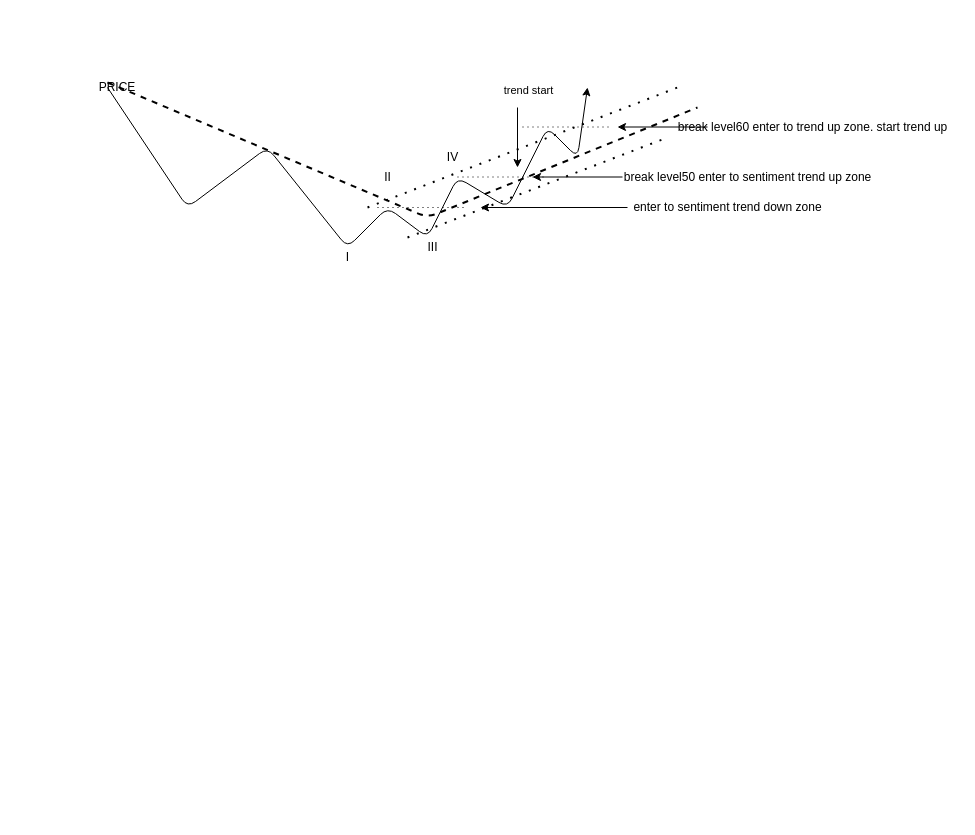
Before: draws/15 -- signals in trends.drawio in uzziahmogg/LithiumIndicator, a draw.io diagram. Source tidied: cells renumbered, new cells numbered last; positions are measured from the earlier drawing's top-left corner, leaving out a move shared by most shapes. Both pictures are drawn from the tidied source at 100%, with x=0, y=0 at pixel (107, 77).
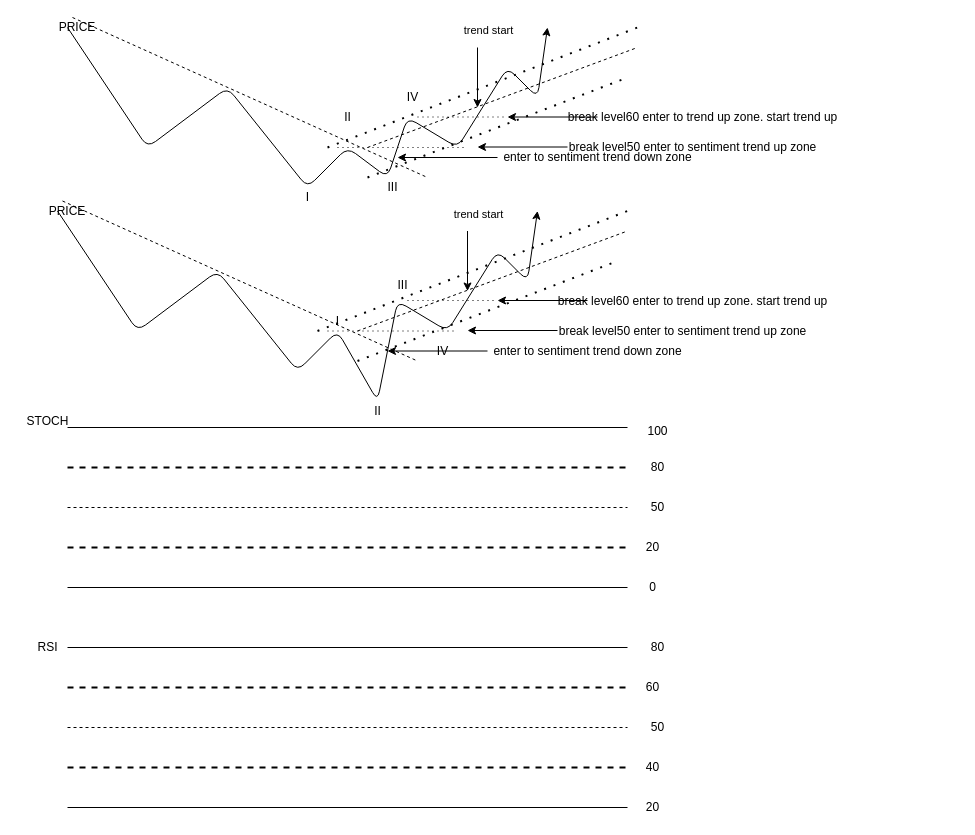
After the change.

What changed in the source:
```diff
@@
+    <mxCell id="22" style="group;" parent="1" vertex="1">
+      <mxGeometry x="-40" y="-60" width="780" height="190" as="geometry" />
+    </mxCell>
-    <mxCell id="2" style="endArrow=classic;html=1;" parent="1" edge="1">
+    <mxCell id="2" style="endArrow=classic;html=1;" parent="22" edge="1">
       <mxGeometry relative="1" as="geometry">
         <mxPoint y="10" as="sourcePoint" />
         <mxPoint x="480" y="10" as="targetPoint" />
         <Array as="points">
           <mxPoint x="80" y="130" />
           <mxPoint x="160" y="70" />
           <mxPoint x="240" y="170" />
           <mxPoint x="280" y="130" />
           <mxPoint x="320" y="160" />
-          <mxPoint x="350" y="100" />
-          <mxPoint x="400" y="130" />
+          <mxPoint x="340" y="100" />
+          <mxPoint x="390" y="130" />
           <mxPoint x="440" y="50" />
           <mxPoint x="470" y="80" />
         </Array>
       </mxGeometry>
     </mxCell>
-    <mxCell id="3" value="PRICE" style="text;html=1;strokeColor=none;fillColor=none;align=center;verticalAlign=middle;whiteSpace=wrap;rounded=0;" parent="1" vertex="1">
+    <mxCell id="3" value="PRICE" style="text;html=1;strokeColor=none;fillColor=none;align=center;verticalAlign=middle;whiteSpace=wrap;rounded=0;" parent="22" vertex="1">
       <mxGeometry width="20" height="20" as="geometry" />
     </mxCell>
-    <mxCell id="4" style="endArrow=none;dashed=1;html=1;strokeWidth=2;exitX=0;exitY=0.25;exitDx=0;exitDy=0;" parent="1" edge="1" source="3">
-      <mxGeometry relative="1" as="geometry">
-        <mxPoint x="590" y="30" as="targetPoint" />
-        <Array as="points">
-          <mxPoint x="320" y="140" />
-        </Array>
-      </mxGeometry>
-    </mxCell>
-    <mxCell id="5" style="endArrow=none;dashed=1;html=1;strokeWidth=2;dashPattern=1 4;" parent="1" edge="1">
+    <mxCell id="5" style="endArrow=none;dashed=1;html=1;strokeWidth=2;dashPattern=1 4;" parent="22" edge="1">
       <mxGeometry relative="1" as="geometry">
         <mxPoint x="300" y="160" as="sourcePoint" />
         <mxPoint x="560" y="60" as="targetPoint" />
       </mxGeometry>
     </mxCell>
-    <mxCell id="6" style="endArrow=none;dashed=1;html=1;dashPattern=1 4;strokeWidth=2;" parent="1" edge="1">
+    <mxCell id="6" style="endArrow=none;dashed=1;html=1;dashPattern=1 4;strokeWidth=2;" parent="22" edge="1">
       <mxGeometry relative="1" as="geometry">
         <mxPoint x="260" y="130" as="sourcePoint" />
         <mxPoint x="570" y="10" as="targetPoint" />
       </mxGeometry>
     </mxCell>
-    <mxCell id="7" value="I" style="text;html=1;align=center;verticalAlign=middle;strokeColor=none;" parent="1" vertex="1">
+    <mxCell id="7" value="I" style="text;html=1;align=center;verticalAlign=middle;strokeColor=none;" parent="22" vertex="1">
       <mxGeometry x="230" y="170" width="20" height="20" as="geometry" />
     </mxCell>
-    <mxCell id="8" value="II" style="text;html=1;align=center;verticalAlign=middle;strokeColor=none;" parent="1" vertex="1">
+    <mxCell id="8" value="II" style="text;html=1;align=center;verticalAlign=middle;strokeColor=none;" parent="22" vertex="1">
       <mxGeometry x="270" y="90" width="20" height="20" as="geometry" />
     </mxCell>
-    <mxCell id="9" value="III" style="text;html=1;align=center;verticalAlign=middle;strokeColor=none;" parent="1" vertex="1">
+    <mxCell id="9" value="III" style="text;html=1;align=center;verticalAlign=middle;strokeColor=none;" parent="22" vertex="1">
       <mxGeometry x="310" y="160" width="30" height="20" as="geometry" />
     </mxCell>
-    <mxCell id="10" value="IV" style="text;html=1;align=center;verticalAlign=middle;strokeColor=none;" parent="1" vertex="1">
+    <mxCell id="10" value="IV" style="text;html=1;align=center;verticalAlign=middle;strokeColor=none;" parent="22" vertex="1">
       <mxGeometry x="330" y="70" width="30" height="20" as="geometry" />
     </mxCell>
-    <mxCell id="11" style="endArrow=classic;html=1;fillColor=#ffffff;labelPosition=center;verticalLabelPosition=bottom;align=center;verticalAlign=top;" parent="1" edge="1">
+    <mxCell id="11" style="endArrow=classic;html=1;fillColor=#ffffff;labelPosition=center;verticalLabelPosition=bottom;align=center;verticalAlign=top;" parent="22" edge="1">
       <mxGeometry relative="1" as="geometry">
         <mxPoint x="410" y="30" as="sourcePoint" />
         <mxPoint x="410" y="90" as="targetPoint" />
       </mxGeometry>
     </mxCell>
-    <mxCell id="12" style="endArrow=classic;html=1;fillColor=#ffffff;labelPosition=center;verticalLabelPosition=bottom;align=center;verticalAlign=top;" parent="1" edge="1">
-      <mxGeometry relative="1" as="geometry">
-        <mxPoint x="520" y="130" as="sourcePoint" />
-        <mxPoint x="373" y="130" as="targetPoint" />
-      </mxGeometry>
-    </mxCell>
-    <mxCell id="13" value="break level50 enter to sentiment trend up zone" style="text;html=1;align=center;verticalAlign=middle;strokeColor=none;" parent="1" vertex="1">
-      <mxGeometry x="510" y="90" width="260" height="20" as="geometry" />
-    </mxCell>
-    <mxCell id="14" value="enter to sentiment trend down zone" style="text;html=1;align=center;verticalAlign=middle;strokeColor=none;" parent="1" vertex="1">
-      <mxGeometry x="520" y="120" width="200" height="20" as="geometry" />
-    </mxCell>
-    <mxCell id="15" style="endArrow=classic;html=1;fillColor=#ffffff;labelPosition=center;verticalLabelPosition=bottom;align=center;verticalAlign=top;" parent="1" edge="1">
-      <mxGeometry relative="1" as="geometry">
-        <mxPoint x="515" y="99.5" as="sourcePoint" />
-        <mxPoint x="425" y="99.5" as="targetPoint" />
-      </mxGeometry>
-    </mxCell>
-    <mxCell id="16" value="break level60 enter to trend up zone. start trend up" style="text;html=1;align=center;verticalAlign=middle;strokeColor=none;" parent="1" vertex="1">
-      <mxGeometry x="560" y="40" width="290" height="20" as="geometry" />
-    </mxCell>
-    <mxCell id="17" style="endArrow=none;dashed=1;html=1;dashPattern=1 4;fillColor=#ffffff;" parent="1" edge="1">
+    <mxCell id="17" style="endArrow=none;dashed=1;html=1;dashPattern=1 4;fillColor=#ffffff;" parent="22" edge="1">
       <mxGeometry relative="1" as="geometry">
         <mxPoint x="270" y="130" as="sourcePoint" />
-        <mxPoint x="360" y="130" as="targetPoint" />
+        <mxPoint x="400" y="130" as="targetPoint" />
       </mxGeometry>
     </mxCell>
-    <mxCell id="18" style="endArrow=none;dashed=1;html=1;dashPattern=1 4;fillColor=#ffffff;" parent="1" edge="1">
+    <mxCell id="18" style="endArrow=none;dashed=1;html=1;dashPattern=1 4;fillColor=#ffffff;" parent="22" edge="1">
       <mxGeometry relative="1" as="geometry">
         <mxPoint x="350" y="99.5" as="sourcePoint" />
         <mxPoint x="440" y="99.5" as="targetPoint" />
       </mxGeometry>
     </mxCell>
-    <mxCell id="19" style="endArrow=none;dashed=1;html=1;dashPattern=1 4;fillColor=#ffffff;" parent="1" edge="1">
-      <mxGeometry relative="1" as="geometry">
-        <mxPoint x="415" y="49.5" as="sourcePoint" />
-        <mxPoint x="505" y="49.5" as="targetPoint" />
-      </mxGeometry>
-    </mxCell>
+    <mxCell id="21" value="trend start" style="edgeLabel;html=1;align=center;verticalAlign=top;labelPosition=center;verticalLabelPosition=bottom;" parent="22" vertex="1">
+      <mxGeometry x="420" as="geometry" />
+    </mxCell>
+    <mxCell id="23" style="endArrow=none;dashed=1;html=1;exitX=0.25;exitY=0;exitDx=0;exitDy=0;" parent="22" edge="1" source="3">
+      <mxGeometry relative="1" as="geometry">
+        <mxPoint x="360" y="160" as="targetPoint" />
+      </mxGeometry>
+    </mxCell>
+    <mxCell id="24" style="group;" parent="22" vertex="1">
+      <mxGeometry x="330" y="130" width="300" height="20" as="geometry" />
+    </mxCell>
+    <mxCell id="12" style="endArrow=classic;html=1;fillColor=#ffffff;labelPosition=center;verticalLabelPosition=bottom;align=center;verticalAlign=top;" parent="24" edge="1">
+      <mxGeometry relative="1" as="geometry">
+        <mxPoint x="100" y="10" as="sourcePoint" />
+        <mxPoint y="10" as="targetPoint" />
+      </mxGeometry>
+    </mxCell>
+    <mxCell id="14" value="enter to sentiment trend down zone" style="text;html=1;align=center;verticalAlign=middle;strokeColor=none;" parent="24" vertex="1">
+      <mxGeometry x="100" width="200" height="20" as="geometry" />
+    </mxCell>
+    <mxCell id="25" style="group;" parent="22" vertex="1">
+      <mxGeometry x="410" y="120" width="345" height="20" as="geometry" />
+    </mxCell>
+    <mxCell id="13" value="break level50 enter to sentiment trend up zone" style="text;html=1;align=center;verticalAlign=middle;strokeColor=none;" parent="25" vertex="1">
+      <mxGeometry x="85" width="260" height="20" as="geometry" />
+    </mxCell>
+    <mxCell id="15" style="endArrow=classic;html=1;fillColor=#ffffff;labelPosition=center;verticalLabelPosition=bottom;align=center;verticalAlign=top;" parent="25" edge="1">
+      <mxGeometry relative="1" as="geometry">
+        <mxPoint x="90" y="9.5" as="sourcePoint" />
+        <mxPoint y="9.5" as="targetPoint" />
+      </mxGeometry>
+    </mxCell>
+    <mxCell id="26" style="group;" parent="22" vertex="1">
+      <mxGeometry x="440" y="90" width="340" height="20" as="geometry" />
+    </mxCell>
+    <mxCell id="16" value="break level60 enter to trend up zone. start trend up" style="text;html=1;align=center;verticalAlign=middle;strokeColor=none;" parent="26" vertex="1">
+      <mxGeometry x="50" width="290" height="20" as="geometry" />
+    </mxCell>
-    <mxCell id="20" style="endArrow=classic;html=1;fillColor=#ffffff;labelPosition=center;verticalLabelPosition=bottom;align=center;verticalAlign=top;" parent="1" edge="1">
+    <mxCell id="20" style="endArrow=classic;html=1;fillColor=#ffffff;labelPosition=center;verticalLabelPosition=bottom;align=center;verticalAlign=top;" parent="26" edge="1">
       <mxGeometry relative="1" as="geometry">
-        <mxPoint x="600" y="49.5" as="sourcePoint" />
-        <mxPoint x="510" y="49.5" as="targetPoint" />
+        <mxPoint x="90" y="9.5" as="sourcePoint" />
+        <mxPoint y="9.5" as="targetPoint" />
       </mxGeometry>
     </mxCell>
-    <mxCell id="21" value="trend start" style="edgeLabel;html=1;align=center;verticalAlign=top;labelPosition=center;verticalLabelPosition=bottom;" parent="1" vertex="1">
-      <mxGeometry x="420" as="geometry" />
-    </mxCell>
+    <mxCell id="27" style="endArrow=none;dashed=1;html=1;" parent="22" edge="1">
+      <mxGeometry relative="1" as="geometry">
+        <mxPoint x="300" y="130" as="sourcePoint" />
+        <mxPoint x="570" y="30" as="targetPoint" />
+      </mxGeometry>
+    </mxCell>
+    <mxCell id="28" style="group;" parent="1" vertex="1">
+      <mxGeometry x="-50" y="123.5" width="780" height="220" as="geometry" />
+    </mxCell>
+    <mxCell id="29" style="endArrow=classic;html=1;" parent="28" edge="1">
+      <mxGeometry relative="1" as="geometry">
+        <mxPoint y="10" as="sourcePoint" />
+        <mxPoint x="480" y="10" as="targetPoint" />
+        <Array as="points">
+          <mxPoint x="80" y="130" />
+          <mxPoint x="160" y="70" />
+          <mxPoint x="240" y="170" />
+          <mxPoint x="280" y="130" />
+          <mxPoint x="320" y="200" />
+          <mxPoint x="340" y="100" />
+          <mxPoint x="390" y="130" />
+          <mxPoint x="440" y="50" />
+          <mxPoint x="470" y="80" />
+        </Array>
+      </mxGeometry>
+    </mxCell>
+    <mxCell id="30" value="PRICE" style="text;html=1;strokeColor=none;fillColor=none;align=center;verticalAlign=middle;whiteSpace=wrap;rounded=0;" parent="28" vertex="1">
+      <mxGeometry width="20" height="20" as="geometry" />
+    </mxCell>
+    <mxCell id="31" style="endArrow=none;dashed=1;html=1;strokeWidth=2;dashPattern=1 4;" parent="28" edge="1">
+      <mxGeometry relative="1" as="geometry">
+        <mxPoint x="300" y="160" as="sourcePoint" />
+        <mxPoint x="560" y="60" as="targetPoint" />
+      </mxGeometry>
+    </mxCell>
+    <mxCell id="32" style="endArrow=none;dashed=1;html=1;dashPattern=1 4;strokeWidth=2;" parent="28" edge="1">
+      <mxGeometry relative="1" as="geometry">
+        <mxPoint x="260" y="130" as="sourcePoint" />
+        <mxPoint x="570" y="10" as="targetPoint" />
+      </mxGeometry>
+    </mxCell>
+    <mxCell id="33" value="I" style="text;html=1;align=center;verticalAlign=middle;strokeColor=none;" parent="28" vertex="1">
+      <mxGeometry x="270" y="110" width="20" height="20" as="geometry" />
+    </mxCell>
+    <mxCell id="34" value="II" style="text;html=1;align=center;verticalAlign=middle;strokeColor=none;" parent="28" vertex="1">
+      <mxGeometry x="310" y="200" width="20" height="20" as="geometry" />
+    </mxCell>
+    <mxCell id="35" value="III" style="text;html=1;align=center;verticalAlign=middle;strokeColor=none;" parent="28" vertex="1">
+      <mxGeometry x="330" y="74" width="30" height="20" as="geometry" />
+    </mxCell>
+    <mxCell id="36" style="endArrow=classic;html=1;fillColor=#ffffff;labelPosition=center;verticalLabelPosition=bottom;align=center;verticalAlign=top;" parent="28" edge="1">
+      <mxGeometry relative="1" as="geometry">
+        <mxPoint x="410" y="30" as="sourcePoint" />
+        <mxPoint x="410" y="90" as="targetPoint" />
+      </mxGeometry>
+    </mxCell>
+    <mxCell id="37" style="endArrow=none;dashed=1;html=1;dashPattern=1 4;fillColor=#ffffff;" parent="28" edge="1">
+      <mxGeometry relative="1" as="geometry">
+        <mxPoint x="270" y="130" as="sourcePoint" />
+        <mxPoint x="400" y="130" as="targetPoint" />
+      </mxGeometry>
+    </mxCell>
+    <mxCell id="38" style="endArrow=none;dashed=1;html=1;dashPattern=1 4;fillColor=#ffffff;" parent="28" edge="1">
+      <mxGeometry relative="1" as="geometry">
+        <mxPoint x="350" y="99.5" as="sourcePoint" />
+        <mxPoint x="440" y="99.5" as="targetPoint" />
+      </mxGeometry>
+    </mxCell>
+    <mxCell id="39" value="trend start" style="edgeLabel;html=1;align=center;verticalAlign=top;labelPosition=center;verticalLabelPosition=bottom;" parent="28" vertex="1">
+      <mxGeometry x="420" as="geometry" />
+    </mxCell>
+    <mxCell id="40" style="endArrow=none;dashed=1;html=1;exitX=0.25;exitY=0;exitDx=0;exitDy=0;" parent="28" edge="1" source="30">
+      <mxGeometry relative="1" as="geometry">
+        <mxPoint x="360" y="160" as="targetPoint" />
+      </mxGeometry>
+    </mxCell>
+    <mxCell id="41" style="group;" parent="28" vertex="1">
+      <mxGeometry x="330" y="140" width="300" height="20" as="geometry" />
+    </mxCell>
+    <mxCell id="42" style="endArrow=classic;html=1;fillColor=#ffffff;labelPosition=center;verticalLabelPosition=bottom;align=center;verticalAlign=top;" parent="41" edge="1">
+      <mxGeometry relative="1" as="geometry">
+        <mxPoint x="100" y="10" as="sourcePoint" />
+        <mxPoint y="10" as="targetPoint" />
+      </mxGeometry>
+    </mxCell>
+    <mxCell id="43" value="enter to sentiment trend down zone" style="text;html=1;align=center;verticalAlign=middle;strokeColor=none;" parent="41" vertex="1">
+      <mxGeometry x="100" width="200" height="20" as="geometry" />
+    </mxCell>
+    <mxCell id="44" value="IV" style="text;html=1;align=center;verticalAlign=middle;strokeColor=none;" parent="41" vertex="1">
+      <mxGeometry x="40" width="30" height="20" as="geometry" />
+    </mxCell>
+    <mxCell id="45" style="group;" parent="28" vertex="1">
+      <mxGeometry x="410" y="120" width="345" height="20" as="geometry" />
+    </mxCell>
+    <mxCell id="46" value="break level50 enter to sentiment trend up zone" style="text;html=1;align=center;verticalAlign=middle;strokeColor=none;" parent="45" vertex="1">
+      <mxGeometry x="85" width="260" height="20" as="geometry" />
+    </mxCell>
+    <mxCell id="47" style="endArrow=classic;html=1;fillColor=#ffffff;labelPosition=center;verticalLabelPosition=bottom;align=center;verticalAlign=top;" parent="45" edge="1">
+      <mxGeometry relative="1" as="geometry">
+        <mxPoint x="90" y="9.5" as="sourcePoint" />
+        <mxPoint y="9.5" as="targetPoint" />
+      </mxGeometry>
+    </mxCell>
+    <mxCell id="48" style="group;" parent="28" vertex="1">
+      <mxGeometry x="440" y="90" width="340" height="20" as="geometry" />
+    </mxCell>
+    <mxCell id="49" value="break level60 enter to trend up zone. start trend up" style="text;html=1;align=center;verticalAlign=middle;strokeColor=none;" parent="48" vertex="1">
+      <mxGeometry x="50" width="290" height="20" as="geometry" />
+    </mxCell>
+    <mxCell id="50" style="endArrow=classic;html=1;fillColor=#ffffff;labelPosition=center;verticalLabelPosition=bottom;align=center;verticalAlign=top;" parent="48" edge="1">
+      <mxGeometry relative="1" as="geometry">
+        <mxPoint x="90" y="9.5" as="sourcePoint" />
+        <mxPoint y="9.5" as="targetPoint" />
+      </mxGeometry>
+    </mxCell>
+    <mxCell id="51" style="endArrow=none;dashed=1;html=1;" parent="28" edge="1">
+      <mxGeometry relative="1" as="geometry">
+        <mxPoint x="300" y="130" as="sourcePoint" />
+        <mxPoint x="570" y="30" as="targetPoint" />
+      </mxGeometry>
+    </mxCell>
+    <mxCell id="52" style="group;" parent="1" vertex="1">
+      <mxGeometry x="-40" y="350" width="560" height="160" as="geometry" />
+    </mxCell>
+    <mxCell id="53" style="endArrow=none;html=1;" parent="52" edge="1">
+      <mxGeometry relative="1" as="geometry">
+        <mxPoint as="sourcePoint" />
+        <mxPoint x="560" as="targetPoint" />
+      </mxGeometry>
+    </mxCell>
+    <mxCell id="54" style="endArrow=none;dashed=1;html=1;strokeWidth=2;" parent="52" edge="1">
+      <mxGeometry relative="1" as="geometry">
+        <mxPoint y="40" as="sourcePoint" />
+        <mxPoint x="560" y="40" as="targetPoint" />
+      </mxGeometry>
+    </mxCell>
+    <mxCell id="55" style="endArrow=none;dashed=1;html=1;" parent="52" edge="1">
+      <mxGeometry relative="1" as="geometry">
+        <mxPoint y="80" as="sourcePoint" />
+        <mxPoint x="560" y="80" as="targetPoint" />
+      </mxGeometry>
+    </mxCell>
+    <mxCell id="56" style="endArrow=none;dashed=1;html=1;strokeWidth=2;" parent="52" edge="1">
+      <mxGeometry relative="1" as="geometry">
+        <mxPoint y="120" as="sourcePoint" />
+        <mxPoint x="560" y="120" as="targetPoint" />
+      </mxGeometry>
+    </mxCell>
+    <mxCell id="57" style="endArrow=none;html=1;" parent="52" edge="1">
+      <mxGeometry relative="1" as="geometry">
+        <mxPoint y="160" as="sourcePoint" />
+        <mxPoint x="560" y="160" as="targetPoint" />
+      </mxGeometry>
+    </mxCell>
+    <mxCell id="58" style="group;" parent="1" vertex="1">
+      <mxGeometry x="-40" y="570" width="560" height="160" as="geometry" />
+    </mxCell>
+    <mxCell id="59" style="endArrow=none;html=1;" parent="58" edge="1">
+      <mxGeometry relative="1" as="geometry">
+        <mxPoint as="sourcePoint" />
+        <mxPoint x="560" as="targetPoint" />
+      </mxGeometry>
+    </mxCell>
+    <mxCell id="60" style="endArrow=none;dashed=1;html=1;strokeWidth=2;" parent="58" edge="1">
+      <mxGeometry relative="1" as="geometry">
+        <mxPoint y="40" as="sourcePoint" />
+        <mxPoint x="560" y="40" as="targetPoint" />
+      </mxGeometry>
+    </mxCell>
+    <mxCell id="61" style="endArrow=none;dashed=1;html=1;" parent="58" edge="1">
+      <mxGeometry relative="1" as="geometry">
+        <mxPoint y="80" as="sourcePoint" />
+        <mxPoint x="560" y="80" as="targetPoint" />
+      </mxGeometry>
+    </mxCell>
+    <mxCell id="62" style="endArrow=none;dashed=1;html=1;strokeWidth=2;" parent="58" edge="1">
+      <mxGeometry relative="1" as="geometry">
+        <mxPoint y="120" as="sourcePoint" />
+        <mxPoint x="560" y="120" as="targetPoint" />
+      </mxGeometry>
+    </mxCell>
+    <mxCell id="63" style="endArrow=none;html=1;" parent="58" edge="1">
+      <mxGeometry relative="1" as="geometry">
+        <mxPoint y="160" as="sourcePoint" />
+        <mxPoint x="560" y="160" as="targetPoint" />
+      </mxGeometry>
+    </mxCell>
+    <mxCell id="64" value="100" style="text;html=1;align=center;verticalAlign=middle;strokeColor=none;" parent="1" vertex="1">
+      <mxGeometry x="530" y="344" width="40" height="20" as="geometry" />
+    </mxCell>
+    <mxCell id="65" value="80" style="text;html=1;align=center;verticalAlign=middle;strokeColor=none;" parent="1" vertex="1">
+      <mxGeometry x="535" y="380" width="30" height="20" as="geometry" />
+    </mxCell>
+    <mxCell id="66" value="50" style="text;html=1;align=center;verticalAlign=middle;strokeColor=none;" parent="1" vertex="1">
+      <mxGeometry x="535" y="420" width="30" height="20" as="geometry" />
+    </mxCell>
+    <mxCell id="67" value="20" style="text;html=1;align=center;verticalAlign=middle;strokeColor=none;" parent="1" vertex="1">
+      <mxGeometry x="530" y="460" width="30" height="20" as="geometry" />
+    </mxCell>
+    <mxCell id="68" value="0" style="text;html=1;align=center;verticalAlign=middle;strokeColor=none;" parent="1" vertex="1">
+      <mxGeometry x="535" y="500" width="20" height="20" as="geometry" />
+    </mxCell>
+    <mxCell id="69" value="80" style="text;html=1;align=center;verticalAlign=middle;strokeColor=none;" parent="1" vertex="1">
+      <mxGeometry x="535" y="560" width="30" height="20" as="geometry" />
+    </mxCell>
+    <mxCell id="70" value="50" style="text;html=1;align=center;verticalAlign=middle;strokeColor=none;" parent="1" vertex="1">
+      <mxGeometry x="535" y="640" width="30" height="20" as="geometry" />
+    </mxCell>
+    <mxCell id="71" value="20" style="text;html=1;align=center;verticalAlign=middle;strokeColor=none;" parent="1" vertex="1">
+      <mxGeometry x="530" y="720" width="30" height="20" as="geometry" />
+    </mxCell>
+    <mxCell id="72" value="60" style="text;html=1;align=center;verticalAlign=middle;strokeColor=none;" parent="1" vertex="1">
+      <mxGeometry x="530" y="600" width="30" height="20" as="geometry" />
+    </mxCell>
+    <mxCell id="73" value="40" style="text;html=1;align=center;verticalAlign=middle;strokeColor=none;" parent="1" vertex="1">
+      <mxGeometry x="530" y="680" width="30" height="20" as="geometry" />
+    </mxCell>
+    <mxCell id="74" value="STOCH" style="text;html=1;align=center;verticalAlign=middle;strokeColor=none;" parent="1" vertex="1">
+      <mxGeometry x="-90" y="334" width="60" height="20" as="geometry" />
+    </mxCell>
+    <mxCell id="75" value="RSI" style="text;html=1;align=center;verticalAlign=middle;strokeColor=none;" parent="1" vertex="1">
+      <mxGeometry x="-80" y="560" width="40" height="20" as="geometry" />
+    </mxCell>
```
